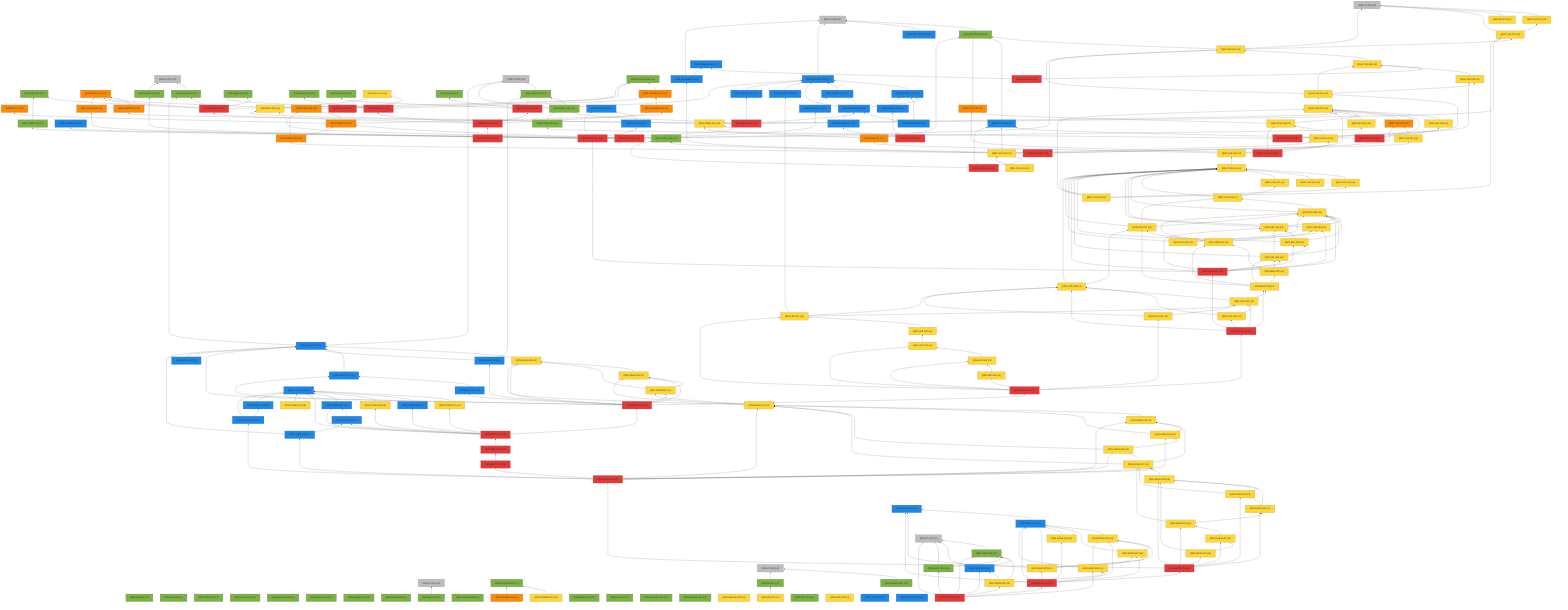
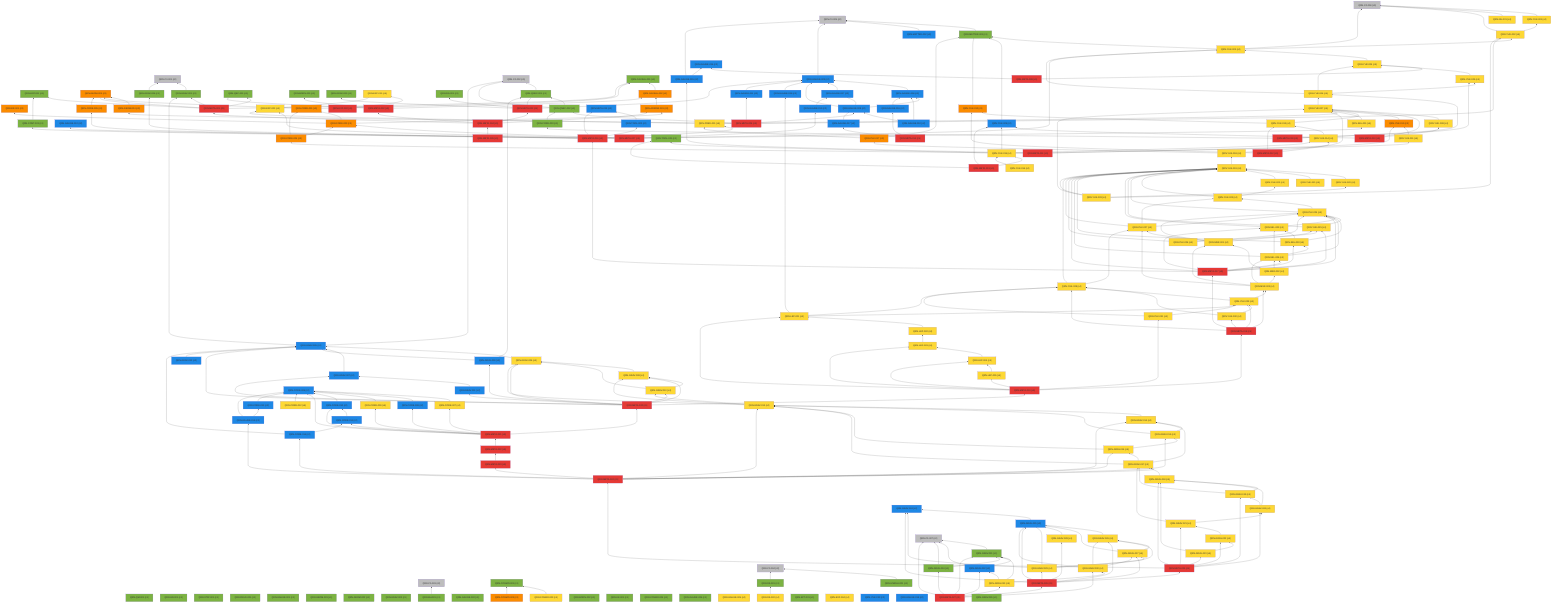
%% 自動生成 (dag/report.pl) — QRN 主張依存グラフ
graph BT
  QRN_C0_001["QRN-C0-001 (c0)"]:::c0
  QRN_C0_002["QRN-C0-002 (c0)"]:::c0
  QRN_C0_003["QRN-C0-003 (c0)"]:::c0
  QRN_C0_004["QRN-C0-004 (c0)"]:::c0
  QRN_C0_005["QRN-C0-005 (c0)"]:::c0
  QRN_C0_006["QRN-C0-006 (c0)"]:::c0
  QRN_QM_001["QRN-QM-001 (c1)"]:::c1
  QRN_GR_001["QRN-GR-001 (c1)"]:::c1
  QRN_STAT_001["QRN-STAT-001 (c1)"]:::c1
  QRN_FIELD_001["QRN-FIELD-001 (c1)"]:::c1
  QRN_GAUGE_001["QRN-GAUGE-001 (c1)"]:::c1
  QRN_ENT_001["QRN-ENT-001 (c1)"]:::c1
  QRN_GEOM_001["QRN-GEOM-001 (c1)"]:::c1
  QRN_GEOM_002["QRN-GEOM-002 (c1)"]:::c1
  QRN_GEOM_003["QRN-GEOM-003 (c3)"]:::c3
  QRN_GRAV_001["QRN-GRAV-001 (c1)"]:::c1
  QRN_GRAV_002["QRN-GRAV-002 (c1)"]:::c1
  QRN_BH_001["QRN-BH-001 (c1)"]:::c1
  QRN_CAUSAL_001["QRN-CAUSAL-001 (c1)"]:::c1
  QRN_CAUSAL_002["QRN-CAUSAL-002 (c3)"]:::c3
  QRN_ER_001["QRN-ER-001 (c3)"]:::c3
  QRN_QEC_001["QRN-QEC-001 (c1)"]:::c1
  QRN_GAUGE_002["QRN-GAUGE-002 (c1)"]:::c1
  QRN_COSMO_001["QRN-COSMO-001 (c1)"]:::c1
  QRN_COSMO_002["QRN-COSMO-002 (c4)"]:::c4
  QRN_COSMO_003["QRN-COSMO-003 (c3)"]:::c3
  QRN_BORN_001["QRN-BORN-001 (c1)"]:::c1
  QRN_BORN_002["QRN-BORN-002 (c1)"]:::c1
  QRN_GRAV_003["QRN-GRAV-003 (c1)"]:::c1
  QRN_KK_001["QRN-KK-001 (c1)"]:::c1
  QRN_MATTER_001["QRN-MATTER-001 (c1)"]:::c1
  QRN_MATTER_002["QRN-MATTER-002 (c2)"]:::c2
  QRN_COSMO_004["QRN-COSMO-004 (c1)"]:::c1
  QRN_EXP_001["QRN-EXP-001 (c4)"]:::c4
  QRN_GAUGE_003["QRN-GAUGE-003 (c2)"]:::c2
  QRN_GAUGE_004["QRN-GAUGE-004 (c1)"]:::c1
  QRN_GAUGE_005["QRN-GAUGE-005 (c4)"]:::c4
  QRN_YUK_001["QRN-YUK-001 (c4)"]:::c4
  QRN_RG_001["QRN-RG-001 (c1)"]:::c1
  QRN_UNRUH_001["QRN-UNRUH-001 (c1)"]:::c1
  QRN_QNEC_001["QRN-QNEC-001 (c1)"]:::c1
  QRN_NU_001["QRN-NU-001 (c4)"]:::c4
  QRN_GAUGE_006["QRN-GAUGE-006 (c2)"]:::c2
  QRN_DS_001["QRN-DS-001 (c1)"]:::c1
  QRN_DS_002["QRN-DS-002 (c4)"]:::c4
  QRN_ARROW_001["QRN-ARROW-001 (c3)"]:::c3
  QRN_GAUGE_007["QRN-GAUGE-007 (c2)"]:::c2
  QRN_EFT_001["QRN-EFT-001 (c1)"]:::c1
  QRN_GAUGE_008["QRN-GAUGE-008 (c2)"]:::c2
  QRN_GAUGE_009["QRN-GAUGE-009 (c2)"]:::c2
  QRN_GAUGE_010["QRN-GAUGE-010 (c2)"]:::c2
  QRN_QNEC_002["QRN-QNEC-002 (c1)"]:::c1
  QRN_GEOM_004["QRN-GEOM-004 (c3)"]:::c3
  QRN_YUK_002["QRN-YUK-002 (c4)"]:::c4
  QRN_EXP_002["QRN-EXP-002 (c5)"]:::c5
  QRN_CORE_001["QRN-CORE-001 (c3)"]:::c3
  QRN_GAUGE_011["QRN-GAUGE-011 (c2)"]:::c2
  QRN_GAUGE_012["QRN-GAUGE-012 (c2)"]:::c2
  QRN_YUK_003["QRN-YUK-003 (c4)"]:::c4
  QRN_EXP_003["QRN-EXP-003 (c4)"]:::c4
  QRN_CORE_002["QRN-CORE-002 (c3)"]:::c3
  QRN_GAUGE_013["QRN-GAUGE-013 (c2)"]:::c2
  QRN_YUK_004["QRN-YUK-004 (c4)"]:::c4
  QRN_GAUGE_014["QRN-GAUGE-014 (c2)"]:::c2
  QRN_META_001["QRN-META-001 (c5)"]:::c5
  QRN_META_002["QRN-META-002 (c5)"]:::c5
  QRN_META_003["QRN-META-003 (c5)"]:::c5
  QRN_META_004["QRN-META-004 (c5)"]:::c5
  QRN_META_005["QRN-META-005 (c5)"]:::c5
  QRN_META_006["QRN-META-006 (c5)"]:::c5
  QRN_META_007["QRN-META-007 (c5)"]:::c5
  QRN_META_008["QRN-META-008 (c5)"]:::c5
  QRN_YUK_005["QRN-YUK-005 (c4)"]:::c4
  QRN_YUK_006["QRN-YUK-006 (c4)"]:::c4
  QRN_CORE_003["QRN-CORE-003 (c1)"]:::c1
  QRN_META_009["QRN-META-009 (c5)"]:::c5
  QRN_YUK_007["QRN-YUK-007 (c4)"]:::c4
  QRN_YUK_008["QRN-YUK-008 (c4)"]:::c4
  QRN_YUK_009["QRN-YUK-009 (c2)"]:::c2
  QRN_META_010["QRN-META-010 (c5)"]:::c5
  QRN_GAUGE_015["QRN-GAUGE-015 (c2)"]:::c2
  QRN_YUK_010["QRN-YUK-010 (c3)"]:::c3
  QRN_YUK_011["QRN-YUK-011 (c4)"]:::c4
  QRN_CORE_004["QRN-CORE-004 (c3)"]:::c3
  QRN_META_011["QRN-META-011 (c5)"]:::c5
  QRN_YUK_012["QRN-YUK-012 (c3)"]:::c3
  QRN_YUK_013["QRN-YUK-013 (c4)"]:::c4
  QRN_YUK_014["QRN-YUK-014 (c4)"]:::c4
  QRN_META_012["QRN-META-012 (c5)"]:::c5
  QRN_TOOL_001["QRN-TOOL-001 (c1)"]:::c1
  QRN_YUK_015["QRN-YUK-015 (c4)"]:::c4
  QRN_META_013["QRN-META-013 (c5)"]:::c5
  QRN_GAUGE_016["QRN-GAUGE-016 (c2)"]:::c2
  QRN_GAUGE_017["QRN-GAUGE-017 (c2)"]:::c2
  QRN_META_014["QRN-META-014 (c5)"]:::c5
  QRN_META_015["QRN-META-015 (c2)"]:::c2
  QRN_TOOL_002["QRN-TOOL-002 (c2)"]:::c2
  QRN_CORE_005["QRN-CORE-005 (c3)"]:::c3
  QRN_CONT_001["QRN-CONT-001 (c1)"]:::c1
  QRN_SEL_001["QRN-SEL-001 (c4)"]:::c4
  QRN_GRAV_004["QRN-GRAV-004 (c1)"]:::c1
  QRN_PRED_001["QRN-PRED-001 (c4)"]:::c4
  QRN_META_016["QRN-META-016 (c5)"]:::c5
  QRN_YUK_016["QRN-YUK-016 (c4)"]:::c4
  QRN_YUK_017["QRN-YUK-017 (c3)"]:::c3
  QRN_YUK_018["QRN-YUK-018 (c4)"]:::c4
  QRN_YUK_019["QRN-YUK-019 (c4)"]:::c4
  QRN_YUK_020["QRN-YUK-020 (c4)"]:::c4
  QRN_YUK_021["QRN-YUK-021 (c4)"]:::c4
  QRN_YUK_022["QRN-YUK-022 (c4)"]:::c4
  QRN_YUK_023["QRN-YUK-023 (c4)"]:::c4
  QRN_YUK_024["QRN-YUK-024 (c4)"]:::c4
  QRN_YUK_025["QRN-YUK-025 (c4)"]:::c4
  QRN_SEL_002["QRN-SEL-002 (c4)"]:::c4
  QRN_SEL_003["QRN-SEL-003 (c4)"]:::c4
  QRN_SEL_004["QRN-SEL-004 (c4)"]:::c4
  QRN_META_017["QRN-META-017 (c5)"]:::c5
  QRN_YUK_026["QRN-YUK-026 (c4)"]:::c4
  QRN_YUK_027["QRN-YUK-027 (c4)"]:::c4
  QRN_MSR_001["QRN-MSR-001 (c4)"]:::c4
  QRN_MSR_002["QRN-MSR-002 (c4)"]:::c4
  QRN_MSR_003["QRN-MSR-003 (c4)"]:::c4
  QRN_YUK_028["QRN-YUK-028 (c4)"]:::c4
  QRN_YUK_029["QRN-YUK-029 (c4)"]:::c4
  QRN_YUK_030["QRN-YUK-030 (c4)"]:::c4
  QRN_META_018["QRN-META-018 (c5)"]:::c5
  QRN_YUK_031["QRN-YUK-031 (c4)"]:::c4
  QRN_LEP_001["QRN-LEP-001 (c4)"]:::c4
  QRN_LEP_002["QRN-LEP-002 (c4)"]:::c4
  QRN_LEP_003["QRN-LEP-003 (c4)"]:::c4
  QRN_LEP_004["QRN-LEP-004 (c4)"]:::c4
  QRN_LEP_005["QRN-LEP-005 (c4)"]:::c4
  QRN_META_019["QRN-META-019 (c5)"]:::c5
  QRN_GRAV_005["QRN-GRAV-005 (c2)"]:::c2
  QRN_GRAV_006["QRN-GRAV-006 (c4)"]:::c4
  QRN_GRAV_007["QRN-GRAV-007 (c2)"]:::c2
  QRN_GRAV_008["QRN-GRAV-008 (c4)"]:::c4
  QRN_GRAV_009["QRN-GRAV-009 (c2)"]:::c2
  QRN_GRAV_010["QRN-GRAV-010 (c4)"]:::c4
  QRN_GRAV_011["QRN-GRAV-011 (c2)"]:::c2
  QRN_META_020["QRN-META-020 (c5)"]:::c5
  QRN_CORE_006["QRN-CORE-006 (c2)"]:::c2
  QRN_CORE_007["QRN-CORE-007 (c4)"]:::c4
  QRN_CORE_008["QRN-CORE-008 (c2)"]:::c2
  QRN_CORE_009["QRN-CORE-009 (c4)"]:::c4
  QRN_CORE_010["QRN-CORE-010 (c2)"]:::c2
  QRN_CORE_011["QRN-CORE-011 (c2)"]:::c2
  QRN_META_021["QRN-META-021 (c5)"]:::c5
  QRN_CORE_012["QRN-CORE-012 (c4)"]:::c4
  QRN_EXP_004["QRN-EXP-004 (c4)"]:::c4
  QRN_CORE_013["QRN-CORE-013 (c2)"]:::c2
  QRN_GRAV_012["QRN-GRAV-012 (c2)"]:::c2
  QRN_YUK_032["QRN-YUK-032 (c2)"]:::c2
  QRN_GAUGE_018["QRN-GAUGE-018 (c2)"]:::c2
  QRN_META_022["QRN-META-022 (c5)"]:::c5
  QRN_META_023["QRN-META-023 (c5)"]:::c5
  QRN_CORE_014["QRN-CORE-014 (c2)"]:::c2
  QRN_GRAV_013["QRN-GRAV-013 (c4)"]:::c4
  QRN_GRAV_014["QRN-GRAV-014 (c4)"]:::c4
  QRN_GRAV_015["QRN-GRAV-015 (c4)"]:::c4
  QRN_GRAV_016["QRN-GRAV-016 (c4)"]:::c4
  QRN_GRAV_017["QRN-GRAV-017 (c4)"]:::c4
  QRN_GAUGE_019["QRN-GAUGE-019 (c2)"]:::c2
  QRN_META_024["QRN-META-024 (c5)"]:::c5
  QRN_GRAV_018["QRN-GRAV-018 (c4)"]:::c4
  QRN_GRAV_019["QRN-GRAV-019 (c4)"]:::c4
  QRN_GRAV_020["QRN-GRAV-020 (c4)"]:::c4
  QRN_GRAV_021["QRN-GRAV-021 (c4)"]:::c4
  QRN_GRAV_022["QRN-GRAV-022 (c4)"]:::c4
  QRN_GRAV_023["QRN-GRAV-023 (c4)"]:::c4
  QRN_META_025["QRN-META-025 (c5)"]:::c5
  QRN_GRAV_024["QRN-GRAV-024 (c2)"]:::c2
  QRN_GRAV_025["QRN-GRAV-025 (c2)"]:::c2
  QRN_GRAV_026["QRN-GRAV-026 (c4)"]:::c4
  QRN_GRAV_027["QRN-GRAV-027 (c4)"]:::c4
  QRN_GRAV_028["QRN-GRAV-028 (c4)"]:::c4
  QRN_GRAV_029["QRN-GRAV-029 (c4)"]:::c4
  QRN_META_026["QRN-META-026 (c5)"]:::c5
  QRN_GRAV_030["QRN-GRAV-030 (c4)"]:::c4
  QRN_C0_007["QRN-C0-007 (c0)"]:::c0
  QRN_GRAV_031["QRN-GRAV-031 (c1)"]:::c1
  QRN_GRAV_032["QRN-GRAV-032 (c2)"]:::c2
  QRN_GRAV_033["QRN-GRAV-033 (c4)"]:::c4
  QRN_GRAV_034["QRN-GRAV-034 (c1)"]:::c1
  QRN_META_027["QRN-META-027 (c5)"]:::c5
  QRN_YUK_033["QRN-YUK-033 (c4)"]:::c4
+   QRN_GRAV_035["QRN-GRAV-035 (c1)"]:::c1
  QRN_GRAV_001 --> QRN_C0_001
  QRN_BH_001 --> QRN_C0_003
  QRN_CAUSAL_002 --> QRN_CAUSAL_001
  QRN_COSMO_002 --> QRN_COSMO_001
  QRN_COSMO_003 --> QRN_COSMO_001
  QRN_MATTER_001 --> QRN_C0_005
  QRN_MATTER_002 --> QRN_C0_005
  QRN_GAUGE_003 --> QRN_C0_005
  QRN_YUK_001 --> QRN_C0_006
  QRN_UNRUH_001 --> QRN_C0_004
  QRN_QNEC_001 --> QRN_C0_002
  QRN_NU_001 --> QRN_C0_006
  QRN_GAUGE_006 --> QRN_GAUGE_003
  QRN_DS_001 --> QRN_C0_004
  QRN_DS_002 --> QRN_DS_001
  QRN_ARROW_001 --> QRN_CAUSAL_002
  QRN_GAUGE_007 --> QRN_GAUGE_003
  QRN_GAUGE_008 --> QRN_GAUGE_003
  QRN_GAUGE_008 --> QRN_GAUGE_006
  QRN_GAUGE_008 --> QRN_GAUGE_007
  QRN_GAUGE_009 --> QRN_GAUGE_003
  QRN_GAUGE_010 --> QRN_GAUGE_006
  QRN_GAUGE_010 --> QRN_GAUGE_008
  QRN_QNEC_002 --> QRN_C0_002
  QRN_QNEC_002 --> QRN_QNEC_001
  QRN_GEOM_004 --> QRN_GEOM_003
  QRN_YUK_002 --> QRN_C0_006
  QRN_YUK_002 --> QRN_YUK_001
  QRN_EXP_002 --> QRN_EXP_001
  QRN_CORE_001 --> QRN_GEOM_003
  QRN_CORE_001 --> QRN_CAUSAL_001
  QRN_GAUGE_011 --> QRN_GAUGE_003
  QRN_YUK_003 --> QRN_C0_006
  QRN_YUK_003 --> QRN_MATTER_001
  QRN_YUK_003 --> QRN_YUK_002
  QRN_EXP_003 --> QRN_EXP_001
  QRN_CORE_002 --> QRN_CORE_001
  QRN_CORE_002 --> QRN_ER_001
  QRN_CORE_002 --> QRN_ARROW_001
  QRN_GAUGE_013 --> QRN_GAUGE_007
  QRN_YUK_004 --> QRN_YUK_003
  QRN_META_001 --> QRN_GEOM_003
  QRN_META_001 --> QRN_GRAV_001
  QRN_META_001 --> QRN_CAUSAL_001
  QRN_META_001 --> QRN_QEC_001
  QRN_META_001 --> QRN_ENT_001
  QRN_META_002 --> QRN_QEC_001
  QRN_META_002 --> QRN_BORN_001
  QRN_META_002 --> QRN_CAUSAL_002
  QRN_META_003 --> QRN_GAUGE_003
  QRN_META_003 --> QRN_RG_001
  QRN_META_003 --> QRN_QNEC_001
  QRN_META_003 --> QRN_GRAV_003
  QRN_META_004 --> QRN_META_001
  QRN_META_004 --> QRN_META_002
  QRN_META_004 --> QRN_META_003
  QRN_META_004 --> QRN_ARROW_001
  QRN_META_005 --> QRN_META_004
  QRN_META_006 --> QRN_GAUGE_008
  QRN_META_006 --> QRN_QNEC_002
  QRN_META_006 --> QRN_GEOM_004
  QRN_META_006 --> QRN_YUK_002
  QRN_META_006 --> QRN_GAUGE_011
  QRN_META_007 --> QRN_GAUGE_012
  QRN_META_007 --> QRN_YUK_003
  QRN_META_007 --> QRN_EXP_003
  QRN_META_007 --> QRN_CORE_002
  QRN_META_007 --> QRN_GAUGE_013
  QRN_META_008 --> QRN_YUK_004
  QRN_META_008 --> QRN_GAUGE_014
  QRN_YUK_005 --> QRN_YUK_004
  QRN_YUK_006 --> QRN_YUK_003
  QRN_YUK_006 --> QRN_YUK_004
  QRN_YUK_006 --> QRN_YUK_005
  QRN_CORE_003 --> QRN_QNEC_002
  QRN_META_009 --> QRN_YUK_005
  QRN_META_009 --> QRN_YUK_006
  QRN_META_009 --> QRN_CORE_003
  QRN_YUK_007 --> QRN_YUK_006
  QRN_YUK_008 --> QRN_YUK_007
  QRN_YUK_009 --> QRN_MATTER_001
  QRN_META_010 --> QRN_YUK_007
  QRN_META_010 --> QRN_YUK_008
  QRN_META_010 --> QRN_YUK_009
  QRN_GAUGE_015 --> QRN_C0_005
  QRN_GAUGE_015 --> QRN_GAUGE_014
  QRN_YUK_010 --> QRN_YUK_007
  QRN_YUK_011 --> QRN_YUK_010
  QRN_CORE_004 --> QRN_CORE_001
  QRN_CORE_004 --> QRN_CORE_002
  QRN_META_011 --> QRN_GAUGE_015
  QRN_META_011 --> QRN_YUK_010
  QRN_META_011 --> QRN_YUK_011
  QRN_META_011 --> QRN_CORE_004
  QRN_YUK_012 --> QRN_MATTER_001
  QRN_YUK_013 --> QRN_YUK_012
  QRN_YUK_013 --> QRN_YUK_007
  QRN_YUK_014 --> QRN_YUK_013
  QRN_META_012 --> QRN_YUK_012
  QRN_META_012 --> QRN_YUK_013
  QRN_META_012 --> QRN_YUK_014
  QRN_YUK_015 --> QRN_YUK_014
  QRN_YUK_015 --> QRN_TOOL_001
  QRN_YUK_015 --> QRN_YUK_009
  QRN_META_013 --> QRN_YUK_015
  QRN_META_013 --> QRN_TOOL_001
  QRN_META_013 --> QRN_YUK_009
  QRN_GAUGE_016 --> QRN_GAUGE_006
  QRN_GAUGE_017 --> QRN_GAUGE_008
  QRN_META_014 --> QRN_GAUGE_016
  QRN_META_014 --> QRN_GAUGE_017
  QRN_TOOL_002 --> QRN_META_015
  QRN_CORE_005 --> QRN_GEOM_003
  QRN_CONT_001 --> QRN_ENT_001
  QRN_SEL_001 --> QRN_YUK_007
  QRN_GRAV_004 --> QRN_C0_001
  QRN_PRED_001 --> QRN_YUK_007
  QRN_PRED_001 --> QRN_EXP_003
  QRN_META_016 --> QRN_META_015
  QRN_META_016 --> QRN_TOOL_002
  QRN_META_016 --> QRN_CORE_005
  QRN_META_016 --> QRN_CONT_001
  QRN_META_016 --> QRN_SEL_001
  QRN_META_016 --> QRN_GRAV_004
  QRN_META_016 --> QRN_PRED_001
  QRN_YUK_016 --> QRN_YUK_015
  QRN_YUK_017 --> QRN_MATTER_001
  QRN_YUK_017 --> QRN_PRED_001
  QRN_YUK_018 --> QRN_YUK_017
  QRN_YUK_018 --> QRN_YUK_007
  QRN_YUK_019 --> QRN_YUK_018
  QRN_YUK_020 --> QRN_YUK_019
  QRN_YUK_021 --> QRN_YUK_019
  QRN_YUK_022 --> QRN_YUK_019
  QRN_YUK_023 --> QRN_YUK_019
  QRN_YUK_023 --> QRN_YUK_022
  QRN_YUK_024 --> QRN_YUK_019
  QRN_YUK_024 --> QRN_YUK_023
  QRN_YUK_025 --> QRN_YUK_019
  QRN_YUK_025 --> QRN_YUK_024
  QRN_SEL_002 --> QRN_YUK_019
  QRN_SEL_002 --> QRN_YUK_024
  QRN_SEL_003 --> QRN_YUK_019
  QRN_SEL_003 --> QRN_YUK_024
  QRN_SEL_003 --> QRN_SEL_002
  QRN_SEL_004 --> QRN_YUK_019
  QRN_SEL_004 --> QRN_YUK_024
  QRN_SEL_004 --> QRN_SEL_002
  QRN_SEL_004 --> QRN_SEL_003
  QRN_META_017 --> QRN_META_016
  QRN_META_017 --> QRN_YUK_019
  QRN_META_017 --> QRN_YUK_024
  QRN_META_017 --> QRN_YUK_025
  QRN_META_017 --> QRN_SEL_002
  QRN_META_017 --> QRN_SEL_003
  QRN_META_017 --> QRN_SEL_004
  QRN_YUK_026 --> QRN_YUK_019
  QRN_YUK_026 --> QRN_YUK_024
  QRN_YUK_026 --> QRN_YUK_025
  QRN_YUK_027 --> QRN_YUK_019
  QRN_YUK_027 --> QRN_YUK_023
  QRN_YUK_027 --> QRN_YUK_024
  QRN_MSR_001 --> QRN_YUK_024
  QRN_MSR_001 --> QRN_YUK_025
  QRN_MSR_001 --> QRN_YUK_027
  QRN_MSR_002 --> QRN_SEL_004
  QRN_MSR_002 --> QRN_MSR_001
  QRN_MSR_003 --> QRN_MSR_001
  QRN_MSR_003 --> QRN_MSR_002
  QRN_MSR_003 --> QRN_SEL_004
  QRN_MSR_003 --> QRN_YUK_027
  QRN_YUK_028 --> QRN_YUK_019
  QRN_YUK_028 --> QRN_YUK_027
  QRN_YUK_029 --> QRN_YUK_028
  QRN_YUK_029 --> QRN_MSR_003
  QRN_YUK_030 --> QRN_YUK_028
  QRN_YUK_030 --> QRN_YUK_029
  QRN_META_018 --> QRN_META_017
  QRN_META_018 --> QRN_MSR_003
  QRN_META_018 --> QRN_YUK_028
  QRN_META_018 --> QRN_YUK_029
  QRN_META_018 --> QRN_YUK_030
  QRN_YUK_031 --> QRN_YUK_028
  QRN_YUK_031 --> QRN_YUK_029
  QRN_LEP_001 --> QRN_YUK_028
  QRN_LEP_001 --> QRN_YUK_029
  QRN_LEP_001 --> QRN_GAUGE_009
  QRN_LEP_002 --> QRN_LEP_001
  QRN_LEP_003 --> QRN_LEP_002
  QRN_LEP_004 --> QRN_LEP_003
  QRN_LEP_005 --> QRN_LEP_004
  QRN_META_019 --> QRN_META_018
  QRN_META_019 --> QRN_YUK_031
  QRN_META_019 --> QRN_LEP_001
  QRN_META_019 --> QRN_LEP_003
  QRN_META_019 --> QRN_LEP_004
  QRN_META_019 --> QRN_LEP_005
  QRN_GRAV_005 --> QRN_C0_002
  QRN_GRAV_005 --> QRN_GRAV_001
  QRN_GRAV_006 --> QRN_GRAV_005
  QRN_GRAV_007 --> QRN_GRAV_005
  QRN_GRAV_008 --> QRN_GRAV_006
  QRN_GRAV_009 --> QRN_GRAV_005
  QRN_GRAV_009 --> QRN_QNEC_001
  QRN_GRAV_010 --> QRN_GRAV_006
  QRN_GRAV_010 --> QRN_GRAV_008
  QRN_GRAV_011 --> QRN_GRAV_007
  QRN_META_020 --> QRN_META_019
  QRN_META_020 --> QRN_GRAV_005
  QRN_META_020 --> QRN_GRAV_006
  QRN_META_020 --> QRN_GRAV_007
  QRN_META_020 --> QRN_GRAV_008
  QRN_META_020 --> QRN_GRAV_009
  QRN_META_020 --> QRN_GRAV_010
  QRN_META_020 --> QRN_GRAV_011
  QRN_CORE_007 --> QRN_CORE_006
  QRN_CORE_008 --> QRN_CORE_006
  QRN_CORE_009 --> QRN_CORE_006
  QRN_CORE_010 --> QRN_CORE_006
  QRN_CORE_011 --> QRN_CORE_010
  QRN_META_021 --> QRN_META_020
  QRN_META_021 --> QRN_CORE_006
  QRN_META_021 --> QRN_CORE_007
  QRN_META_021 --> QRN_CORE_008
  QRN_META_021 --> QRN_CORE_009
  QRN_META_021 --> QRN_CORE_010
  QRN_META_021 --> QRN_CORE_011
  QRN_CORE_012 --> QRN_CORE_006
  QRN_CORE_013 --> QRN_CORE_006
  QRN_GRAV_012 --> QRN_GRAV_005
  QRN_META_022 --> QRN_META_021
  QRN_META_023 --> QRN_META_022
  QRN_CORE_014 --> QRN_CORE_011
  QRN_CORE_014 --> QRN_GRAV_005
  QRN_GRAV_013 --> QRN_GRAV_006
  QRN_GRAV_013 --> QRN_GRAV_008
  QRN_GRAV_013 --> QRN_GRAV_010
  QRN_GRAV_014 --> QRN_GRAV_013
  QRN_GRAV_015 --> QRN_GRAV_013
  QRN_GRAV_015 --> QRN_GRAV_014
  QRN_GRAV_016 --> QRN_GRAV_013
  QRN_GRAV_016 --> QRN_GRAV_015
  QRN_GRAV_017 --> QRN_GRAV_013
  QRN_GRAV_017 --> QRN_GRAV_014
  QRN_GRAV_017 --> QRN_GRAV_016
  QRN_GAUGE_019 --> QRN_CORE_006
  QRN_GAUGE_019 --> QRN_CORE_013
  QRN_META_024 --> QRN_CORE_014
  QRN_META_024 --> QRN_GRAV_013
  QRN_META_024 --> QRN_GRAV_014
  QRN_META_024 --> QRN_GRAV_015
  QRN_META_024 --> QRN_GRAV_016
  QRN_META_024 --> QRN_GRAV_017
  QRN_META_024 --> QRN_GAUGE_019
  QRN_META_024 --> QRN_META_023
  QRN_GRAV_018 --> QRN_GRAV_017
  QRN_GRAV_019 --> QRN_GRAV_017
  QRN_GRAV_019 --> QRN_GRAV_018
  QRN_GRAV_020 --> QRN_GRAV_018
  QRN_GRAV_020 --> QRN_GRAV_019
  QRN_GRAV_021 --> QRN_GRAV_017
  QRN_GRAV_021 --> QRN_GRAV_020
  QRN_GRAV_022 --> QRN_GRAV_021
  QRN_GRAV_023 --> QRN_GRAV_018
  QRN_GRAV_023 --> QRN_GRAV_022
  QRN_META_025 --> QRN_GRAV_018
  QRN_META_025 --> QRN_GRAV_019
  QRN_META_025 --> QRN_GRAV_020
  QRN_META_025 --> QRN_GRAV_021
  QRN_META_025 --> QRN_GRAV_022
  QRN_META_025 --> QRN_GRAV_023
  QRN_META_025 --> QRN_META_024
  QRN_GRAV_025 --> QRN_GRAV_024
  QRN_GRAV_026 --> QRN_GRAV_025
  QRN_GRAV_027 --> QRN_GRAV_025
  QRN_GRAV_027 --> QRN_GRAV_026
  QRN_GRAV_028 --> QRN_GRAV_025
  QRN_GRAV_029 --> QRN_GRAV_024
  QRN_GRAV_029 --> QRN_GRAV_025
  QRN_GRAV_029 --> QRN_GRAV_026
  QRN_GRAV_029 --> QRN_GRAV_027
  QRN_META_026 --> QRN_GRAV_024
  QRN_META_026 --> QRN_GRAV_025
  QRN_META_026 --> QRN_GRAV_026
  QRN_META_026 --> QRN_GRAV_027
  QRN_META_026 --> QRN_GRAV_028
  QRN_META_026 --> QRN_GRAV_029
  QRN_META_026 --> QRN_META_025
  QRN_GRAV_030 --> QRN_GRAV_025
  QRN_GRAV_030 --> QRN_GRAV_026
  QRN_GRAV_030 --> QRN_GRAV_027
  QRN_GRAV_031 --> QRN_C0_007
  QRN_GRAV_032 --> QRN_C0_007
  QRN_GRAV_032 --> QRN_GRAV_031
  QRN_GRAV_033 --> QRN_GRAV_030
  QRN_GRAV_033 --> QRN_GRAV_031
  QRN_GRAV_033 --> QRN_GRAV_032
  QRN_GRAV_034 --> QRN_C0_007
  QRN_GRAV_034 --> QRN_GRAV_031
  QRN_META_027 --> QRN_C0_007
  QRN_META_027 --> QRN_GRAV_030
  QRN_META_027 --> QRN_GRAV_031
  QRN_META_027 --> QRN_GRAV_032
  QRN_META_027 --> QRN_GRAV_033
  QRN_META_027 --> QRN_GRAV_034
  QRN_META_027 --> QRN_META_026
  QRN_YUK_033 --> QRN_YUK_002
  QRN_YUK_033 --> QRN_YUK_007
  QRN_YUK_033 --> QRN_YUK_019
  QRN_YUK_033 --> QRN_YUK_020
  classDef c0 fill:#bdbdbd
  classDef c1 fill:#7cb342
  classDef c2 fill:#1e88e5
  classDef c3 fill:#fb8c00
  classDef c4 fill:#fdd835
  classDef c5 fill:#e53935
